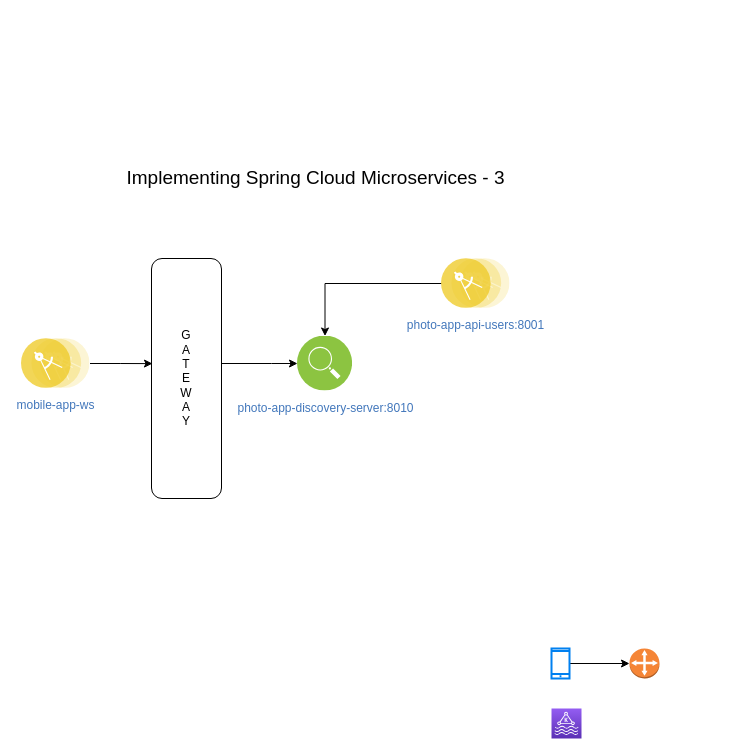
CarlosRobertoMedeiros/study-microservice-springcloud-3 keeps this draw.io diagram as draw-io/implementation-spring-cloud-microservice-3.drawio. Above is the earlier version. Source tidied: cells renumbered, new cells numbered last; positions are measured from the earlier drawing's top-left corner, leaving out a move shared by most shapes. Both pictures are drawn from the tidied source at 100%, with x=0, y=0 at pixel (21, 168).
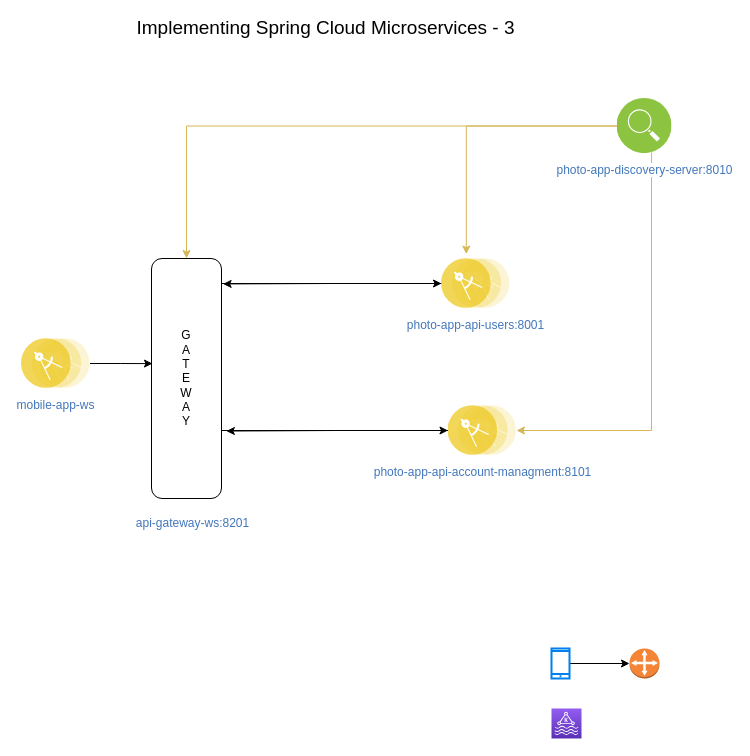
After the change.

Unchanged cells that the change refers to:
```xml
<mxCell id="11" value="&lt;div&gt;G&lt;/div&gt;&lt;div&gt;A&lt;/div&gt;&lt;div&gt;T&lt;/div&gt;&lt;div&gt;E&lt;/div&gt;&lt;div&gt;W&lt;/div&gt;&lt;div&gt;A&lt;/div&gt;&lt;div&gt;Y&lt;br&gt;&lt;/div&gt;" style="rounded=1;whiteSpace=wrap;html=1;" parent="1" vertex="1">
  <mxGeometry x="130" y="90" width="70" height="240" as="geometry" />
</mxCell>
<mxCell id="13" value="photo-app-api-users:8001" style="perimeter=ellipsePerimeter;html=1;align=center;shadow=0;dashed=0;fontColor=#4277BB;labelBackgroundColor=#ffffff;fontSize=12;spacingTop=3;image;image=img/lib/ibm/applications/microservice.svg;" parent="1" vertex="1">
  <mxGeometry x="420" y="90" width="68.5" height="50" as="geometry" />
</mxCell>
```

What changed in the source:
```diff
@@
     <mxCell id="6" value="&lt;font style=&quot;font-size: 19px&quot;&gt;Implementing Spring Cloud Microservices - 3&lt;/font&gt;" style="text;html=1;align=center;verticalAlign=middle;strokeColor=none;fillColor=none;" parent="1" vertex="1">
-      <mxGeometry x="98.5" width="390" height="20" as="geometry" />
+      <mxGeometry x="109" y="-150" width="390" height="20" as="geometry" />
     </mxCell>
@@
+    <mxCell id="14" style="edgeStyle=orthogonalEdgeStyle;rounded=0;jettySize=auto;html=1;entryX=0.5;entryY=0;entryDx=0;entryDy=0;fontColor=#4277BB;fillColor=#fff2cc;strokeColor=#d6b656;" parent="1" edge="1" source="9" target="11">
+      <mxGeometry relative="1" as="geometry" />
+    </mxCell>
+    <mxCell id="15" style="edgeStyle=orthogonalEdgeStyle;rounded=0;jettySize=auto;html=1;entryX=0.362;entryY=-0.088;entryDx=0;entryDy=0;entryPerimeter=0;fontColor=#4277BB;fillColor=#fff2cc;strokeColor=#d6b656;" parent="1" edge="1" source="9" target="13">
+      <mxGeometry relative="1" as="geometry" />
+    </mxCell>
+    <mxCell id="16" style="edgeStyle=orthogonalEdgeStyle;rounded=0;jettySize=auto;html=1;entryX=1;entryY=0.5;entryDx=0;entryDy=0;fontColor=#4277BB;fillColor=#fff2cc;strokeColor=#d6b656;" parent="1" edge="1" source="9" target="20">
+      <mxGeometry relative="1" as="geometry">
+        <Array as="points">
+          <mxPoint x="630" y="262" />
+        </Array>
+      </mxGeometry>
+    </mxCell>
     <mxCell id="9" value="photo-app-discovery-server:8010" style="perimeter=ellipsePerimeter;html=1;align=center;shadow=0;dashed=0;fontColor=#4277BB;labelBackgroundColor=#ffffff;fontSize=12;spacingTop=3;image;image=img/lib/ibm/infrastructure/service_discovery_configuration.svg;" parent="1" vertex="1">
-      <mxGeometry x="276" y="167.5" width="55" height="55" as="geometry" />
+      <mxGeometry x="595.5" y="-70" width="55" height="55" as="geometry" />
     </mxCell>
-    <mxCell id="10" style="edgeStyle=orthogonalEdgeStyle;rounded=0;jettySize=auto;html=1;entryX=0;entryY=0.5;entryDx=0;entryDy=0;" parent="1" edge="1" source="11" target="9">
-      <mxGeometry relative="1" as="geometry">
-        <Array as="points">
-          <mxPoint x="250" y="195" />
-          <mxPoint x="250" y="195" />
-        </Array>
-      </mxGeometry>
-    </mxCell>
+    <mxCell id="17" style="edgeStyle=orthogonalEdgeStyle;rounded=0;jettySize=auto;html=1;entryX=0;entryY=0.5;entryDx=0;entryDy=0;fontColor=#4277BB;" parent="1" edge="1" source="11" target="13">
+      <mxGeometry relative="1" as="geometry">
+        <Array as="points">
+          <mxPoint x="260" y="115" />
+          <mxPoint x="260" y="115" />
+        </Array>
+      </mxGeometry>
+    </mxCell>
+    <mxCell id="18" style="edgeStyle=orthogonalEdgeStyle;rounded=0;orthogonalLoop=1;jettySize=auto;html=1;entryX=0;entryY=0.5;entryDx=0;entryDy=0;fontColor=#4277BB;" parent="1" edge="1">
+      <mxGeometry relative="1" as="geometry">
+        <mxPoint x="200" y="260" as="sourcePoint" />
+        <mxPoint x="426.5" y="262" as="targetPoint" />
+        <Array as="points">
+          <mxPoint x="200" y="262" />
+        </Array>
+      </mxGeometry>
+    </mxCell>
@@
-    <mxCell id="12" style="edgeStyle=orthogonalEdgeStyle;rounded=0;jettySize=auto;html=1;" parent="1" edge="1" source="13" target="9">
+    <mxCell id="12" style="edgeStyle=orthogonalEdgeStyle;rounded=0;jettySize=auto;html=1;entryX=1.023;entryY=0.106;entryDx=0;entryDy=0;entryPerimeter=0;" parent="1" edge="1" source="13" target="11">
       <mxGeometry relative="1" as="geometry" />
     </mxCell>
@@
+    <mxCell id="19" style="edgeStyle=orthogonalEdgeStyle;rounded=0;jettySize=auto;html=1;entryX=1.069;entryY=0.719;entryDx=0;entryDy=0;entryPerimeter=0;" parent="1" edge="1" source="20" target="11">
+      <mxGeometry relative="1" as="geometry" />
+    </mxCell>
+    <mxCell id="20" value="photo-app-api-account-managment:8101" style="perimeter=ellipsePerimeter;html=1;align=center;shadow=0;dashed=0;fontColor=#4277BB;labelBackgroundColor=#ffffff;fontSize=12;spacingTop=3;image;image=img/lib/ibm/applications/microservice.svg;" parent="1" vertex="1">
+      <mxGeometry x="426.5" y="237" width="68.5" height="50" as="geometry" />
+    </mxCell>
+    <mxCell id="21" value="&lt;font&gt;api-gateway-ws:8201&lt;/font&gt;" style="text;html=1;strokeColor=none;fillColor=none;align=center;verticalAlign=middle;whiteSpace=wrap;rounded=0;fontColor=#4277BB;" parent="1" vertex="1">
+      <mxGeometry x="98.5" y="340" width="145" height="30" as="geometry" />
+    </mxCell>
```
